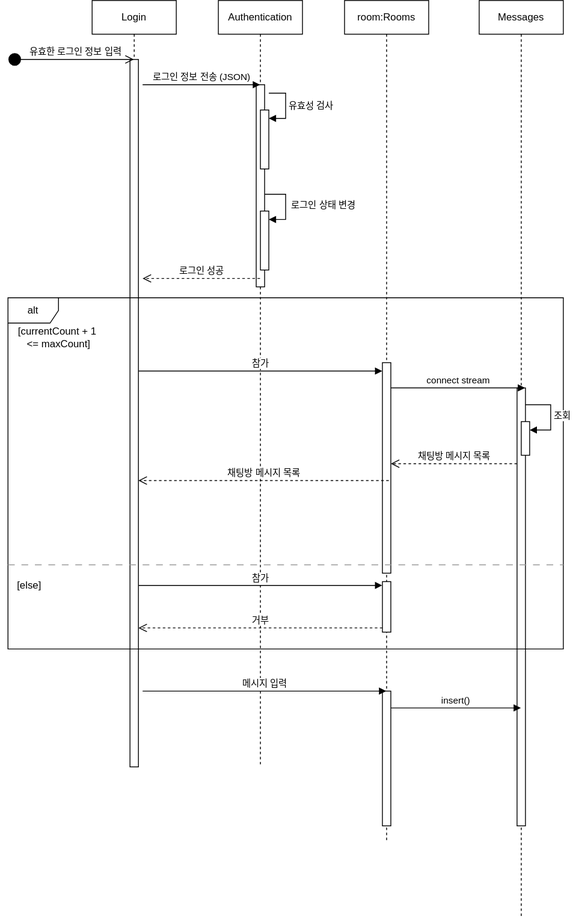
Before: diagrams/sequence_diagram.drawio.svg, a diagram exported from draw.io (RGB234/meeting_app). Source tidied: cells renumbered, new cells last; positions are measured from the earlier drawing's top-left corner, leaving out a move shared by most shapes.
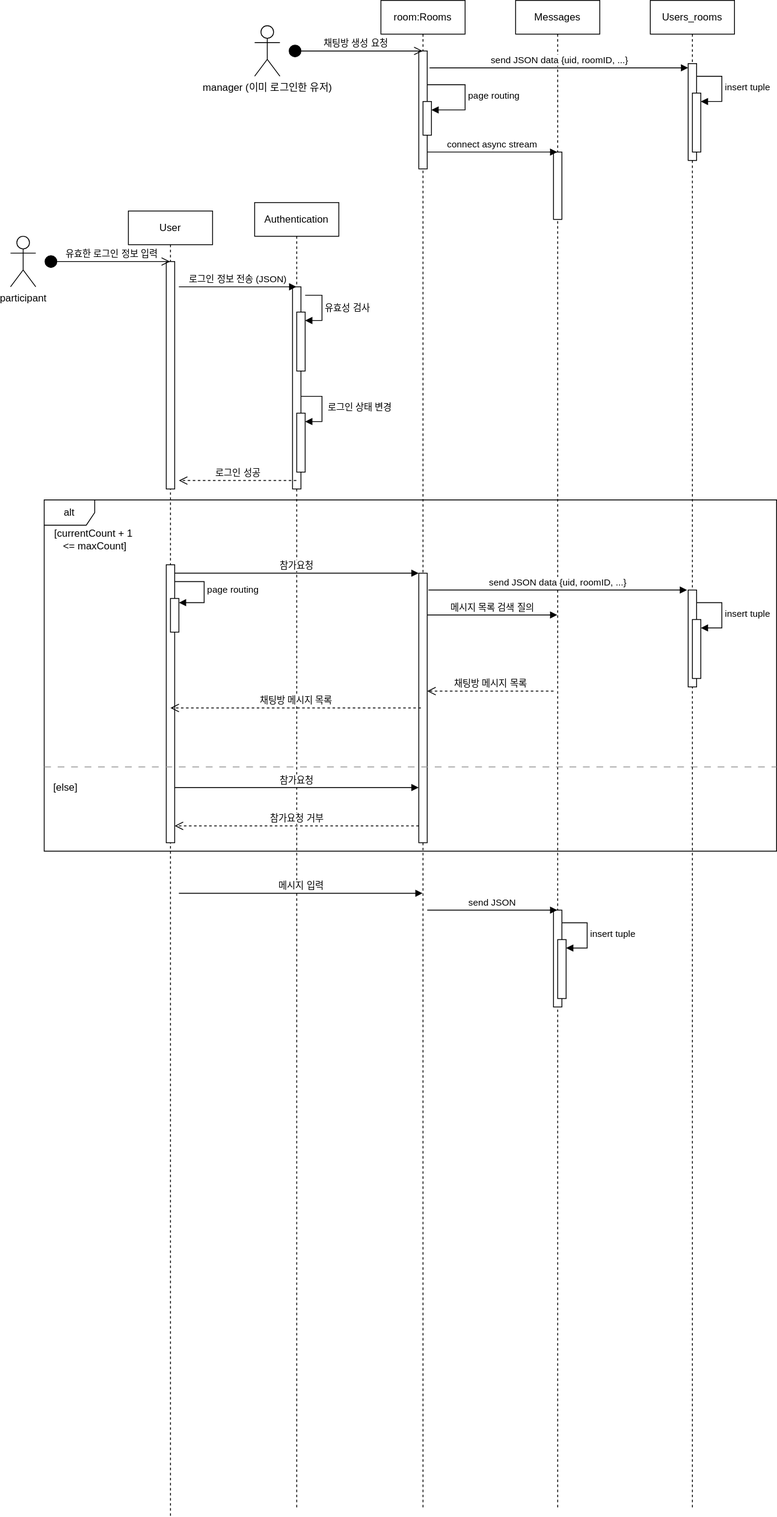
After the change.

Diff of the diagram source:
```diff
@@ -2,19 +2,22 @@
   <root>
     <mxCell id="0" />
     <mxCell id="1" parent="0" />
-    <mxCell id="2" value="Login" style="shape=umlLifeline;perimeter=lifelinePerimeter;whiteSpace=wrap;html=1;outlineConnect=0;portConstraint=eastwest;newEdgeStyle={&quot;curved&quot;:0,&quot;rounded&quot;:0};" parent="1" vertex="1">
-      <mxGeometry x="100" width="100" height="910" as="geometry" />
+    <mxCell id="2" value="User" style="shape=umlLifeline;perimeter=lifelinePerimeter;whiteSpace=wrap;html=1;outlineConnect=0;portConstraint=eastwest;newEdgeStyle={&quot;curved&quot;:0,&quot;rounded&quot;:0};" parent="1" vertex="1">
+      <mxGeometry x="100" y="10" width="100" height="1550" as="geometry" />
     </mxCell>
     <mxCell id="3" style="html=1;points=[[0,0,0,0,5],[0,1,0,0,-5],[1,0,0,0,5],[1,1,0,0,-5]];perimeter=orthogonalPerimeter;outlineConnect=0;targetShapes=umlLifeline;portConstraint=eastwest;newEdgeStyle={&quot;curved&quot;:0,&quot;rounded&quot;:0};" parent="2" vertex="1">
-      <mxGeometry x="45" y="70" width="10" height="840" as="geometry" />
+      <mxGeometry x="45" y="420" width="10" height="330" as="geometry" />
     </mxCell>
+    <mxCell id="33" style="html=1;perimeter=orthogonalPerimeter;targetShapes=umlLifeline;newEdgeStyle={&quot;curved&quot;:0,&quot;rounded&quot;:0};" parent="2" vertex="1">
+      <mxGeometry x="45" y="60" width="10" height="270" as="geometry" />
+    </mxCell>
     <mxCell id="4" value="유효한 로그인 정보 입력" style="html=1;verticalAlign=bottom;startArrow=circle;startFill=1;endArrow=open;startSize=6;endSize=8;curved=0;rounded=0;" parent="1" edge="1" target="2">
       <mxGeometry x="0.07" relative="1" as="geometry">
         <mxPoint y="70" as="sourcePoint" />
       </mxGeometry>
     </mxCell>
     <mxCell id="5" value="Authentication" style="shape=umlLifeline;perimeter=lifelinePerimeter;whiteSpace=wrap;html=1;outlineConnect=0;portConstraint=eastwest;newEdgeStyle={&quot;curved&quot;:0,&quot;rounded&quot;:0};" parent="1" vertex="1">
-      <mxGeometry x="250" width="100" height="910" as="geometry" />
+      <mxGeometry x="250" width="100" height="1550" as="geometry" />
     </mxCell>
     <mxCell id="6" style="html=1;points=[[0,0,0,0,5],[0,1,0,0,-5],[1,0,0,0,5],[1,1,0,0,-5]];perimeter=orthogonalPerimeter;outlineConnect=0;targetShapes=umlLifeline;portConstraint=eastwest;newEdgeStyle={&quot;curved&quot;:0,&quot;rounded&quot;:0};" parent="5" vertex="1">
       <mxGeometry x="45" y="100" width="10" height="240" as="geometry" />
@@ -53,15 +56,27 @@
       </mxGeometry>
     </mxCell>
     <mxCell id="13" value="room:Rooms" style="shape=umlLifeline;perimeter=lifelinePerimeter;whiteSpace=wrap;html=1;outlineConnect=0;portConstraint=eastwest;newEdgeStyle={&quot;curved&quot;:0,&quot;rounded&quot;:0};" parent="1" vertex="1">
-      <mxGeometry x="400" width="100" height="1000" as="geometry" />
+      <mxGeometry x="400" y="-240" width="100" height="1790" as="geometry" />
     </mxCell>
-    <mxCell id="14" style="html=1;perimeter=orthogonalPerimeter;targetShapes=umlLifeline;newEdgeStyle={&quot;curved&quot;:0,&quot;rounded&quot;:0};" parent="13" vertex="1">
-      <mxGeometry x="45" y="430" width="10" height="250" as="geometry" />
-    </mxCell>
     <mxCell id="15" style="html=1;points=[[0,0,0,0,5],[0,1,0,0,-5],[1,0,0,0,5],[1,1,0,0,-5]];perimeter=orthogonalPerimeter;outlineConnect=0;targetShapes=umlLifeline;portConstraint=eastwest;newEdgeStyle={&quot;curved&quot;:0,&quot;rounded&quot;:0};" parent="13" vertex="1">
-      <mxGeometry x="45" y="820" width="10" height="160" as="geometry" />
+      <mxGeometry x="45" y="680" width="10" height="320" as="geometry" />
     </mxCell>
+    <mxCell id="34" style="html=1;perimeter=orthogonalPerimeter;targetShapes=umlLifeline;newEdgeStyle={&quot;curved&quot;:0,&quot;rounded&quot;:0};" parent="13" vertex="1">
+      <mxGeometry x="45" y="60" width="10" height="140" as="geometry" />
+    </mxCell>
+    <mxCell id="35" style="html=1;points=[[0,0,0,0,5],[0,1,0,0,-5],[1,0,0,0,5],[1,1,0,0,-5]];perimeter=orthogonalPerimeter;outlineConnect=0;targetShapes=umlLifeline;portConstraint=eastwest;newEdgeStyle={&quot;curved&quot;:0,&quot;rounded&quot;:0};" parent="13" vertex="1">
+      <mxGeometry x="50" y="120" width="10" height="40" as="geometry" />
+    </mxCell>
+    <mxCell id="36" value="page routing" style="html=1;align=left;spacingLeft=2;endArrow=block;rounded=0;edgeStyle=orthogonalEdgeStyle;curved=0;rounded=0;" parent="13" edge="1" target="35">
+      <mxGeometry relative="1" as="geometry">
+        <mxPoint x="55" y="100" as="sourcePoint" />
+        <Array as="points">
+          <mxPoint x="100" y="100" />
+          <mxPoint x="100" y="130" />
+        </Array>
+      </mxGeometry>
+    </mxCell>
-    <mxCell id="16" value="참가" style="html=1;verticalAlign=bottom;endArrow=block;curved=0;rounded=0;" parent="1" edge="1">
+    <mxCell id="16" value="참가요청" style="html=1;verticalAlign=bottom;endArrow=block;curved=0;rounded=0;" parent="1" edge="1">
       <mxGeometry relative="1" as="geometry">
         <mxPoint x="155.2" y="694.5" as="sourcePoint" />
         <mxPoint x="444.8" y="694.5" as="targetPoint" />
@@ -69,49 +84,65 @@
     </mxCell>
     <mxCell id="17" value="채팅방 메시지 목록" style="html=1;verticalAlign=bottom;endArrow=open;dashed=1;endSize=8;curved=0;rounded=0;" parent="1" edge="1">
       <mxGeometry relative="1" as="geometry">
-        <mxPoint x="452.5" y="570" as="sourcePoint" />
-        <mxPoint x="155" y="570" as="targetPoint" />
+        <mxPoint x="447.5" y="600" as="sourcePoint" />
+        <mxPoint x="150" y="600" as="targetPoint" />
       </mxGeometry>
     </mxCell>
     <mxCell id="18" value="Messages" style="shape=umlLifeline;perimeter=lifelinePerimeter;whiteSpace=wrap;html=1;outlineConnect=0;portConstraint=eastwest;newEdgeStyle={&quot;curved&quot;:0,&quot;rounded&quot;:0};" parent="1" vertex="1">
-      <mxGeometry x="560" width="100" height="1090" as="geometry" />
+      <mxGeometry x="560" y="-240" width="100" height="1790" as="geometry" />
     </mxCell>
-    <mxCell id="19" style="html=1;points=[[0,0,0,0,5],[0,1,0,0,-5],[1,0,0,0,5],[1,1,0,0,-5]];perimeter=orthogonalPerimeter;outlineConnect=0;targetShapes=umlLifeline;portConstraint=eastwest;newEdgeStyle={&quot;curved&quot;:0,&quot;rounded&quot;:0};" parent="18" vertex="1">
-      <mxGeometry x="45" y="460" width="10" height="520" as="geometry" />
-    </mxCell>
+    <mxCell id="37" style="html=1;perimeter=orthogonalPerimeter;targetShapes=umlLifeline;newEdgeStyle={&quot;curved&quot;:0,&quot;rounded&quot;:0};" parent="18" vertex="1">
+      <mxGeometry x="45" y="180" width="10" height="80" as="geometry" />
+    </mxCell>
+    <mxCell id="38" style="html=1;perimeter=orthogonalPerimeter;targetShapes=umlLifeline;newEdgeStyle={&quot;curved&quot;:0,&quot;rounded&quot;:0};" parent="18" vertex="1">
+      <mxGeometry x="45" y="1080" width="10" height="115" as="geometry" />
+    </mxCell>
+    <mxCell id="39" style="html=1;points=[[0,0,0,0,5],[0,1,0,0,-5],[1,0,0,0,5],[1,1,0,0,-5]];perimeter=orthogonalPerimeter;outlineConnect=0;targetShapes=umlLifeline;portConstraint=eastwest;newEdgeStyle={&quot;curved&quot;:0,&quot;rounded&quot;:0};" parent="18" vertex="1">
+      <mxGeometry x="50" y="1115" width="10" height="70" as="geometry" />
+    </mxCell>
+    <mxCell id="40" value="insert tuple" style="html=1;align=left;spacingLeft=2;endArrow=block;rounded=0;edgeStyle=orthogonalEdgeStyle;curved=0;rounded=0;" parent="18" edge="1" target="39">
+      <mxGeometry relative="1" as="geometry">
+        <mxPoint x="55" y="1095" as="sourcePoint" />
+        <Array as="points">
+          <mxPoint x="85" y="1125" />
+        </Array>
+      </mxGeometry>
+    </mxCell>
-    <mxCell id="20" value="connect stream" style="html=1;verticalAlign=bottom;endArrow=block;curved=0;rounded=0;" parent="1" edge="1">
+    <mxCell id="20" value="connect async stream" style="html=1;verticalAlign=bottom;endArrow=block;curved=0;rounded=0;" parent="1" edge="1">
       <mxGeometry relative="1" as="geometry">
-        <mxPoint x="455" y="460" as="sourcePoint" />
-        <mxPoint x="614.5" y="460" as="targetPoint" />
+        <mxPoint x="455" y="-60" as="sourcePoint" />
+        <mxPoint x="609.5" y="-60" as="targetPoint" />
       </mxGeometry>
     </mxCell>
-    <mxCell id="21" value="채팅방 메시지 목록" style="html=1;verticalAlign=bottom;endArrow=open;dashed=1;endSize=8;curved=0;rounded=0;" parent="1" edge="1" source="19">
+    <mxCell id="21" value="채팅방 메시지 목록" style="html=1;verticalAlign=bottom;endArrow=open;dashed=1;endSize=8;curved=0;rounded=0;" parent="1" edge="1">
       <mxGeometry relative="1" as="geometry">
-        <mxPoint x="455" y="550" as="targetPoint" />
+        <mxPoint x="605" y="580" as="sourcePoint" />
+        <mxPoint x="455" y="580" as="targetPoint" />
         <Array as="points">
-          <mxPoint x="500" y="550" />
+          <mxPoint x="500" y="580" />
         </Array>
       </mxGeometry>
     </mxCell>
     <mxCell id="22" value="alt" style="shape=umlFrame;whiteSpace=wrap;html=1;" parent="1" vertex="1">
-      <mxGeometry y="353" width="660" height="417" as="geometry" />
+      <mxGeometry y="353" width="870" height="417" as="geometry" />
     </mxCell>
     <mxCell id="23" value="[currentCount + 1&amp;nbsp;&lt;div&gt;&amp;lt;= maxCount]&lt;/div&gt;" style="text;html=1;align=center;verticalAlign=middle;strokeColor=none;fillColor=none;" parent="1" vertex="1">
       <mxGeometry y="380" width="120" height="40" as="geometry" />
     </mxCell>
     <mxCell id="24" style="verticalLabelPosition=bottom;shadow=0;dashed=1;align=center;html=1;verticalAlign=top;strokeWidth=1;shape=mxgraph.mockup.markup.line;strokeColor=#999999;dashPattern=8 8;" parent="1" vertex="1">
-      <mxGeometry y="660" width="660" height="20" as="geometry" />
+      <mxGeometry y="660" width="870" height="20" as="geometry" />
     </mxCell>
     <mxCell id="25" value="[else]" style="text;html=1;align=center;verticalAlign=middle;strokeColor=none;fillColor=none;" parent="1" vertex="1">
       <mxGeometry y="680" width="50" height="30" as="geometry" />
     </mxCell>
-    <mxCell id="26" style="html=1;points=[[0,0,0,0,5],[0,1,0,0,-5],[1,0,0,0,5],[1,1,0,0,-5]];perimeter=orthogonalPerimeter;outlineConnect=0;targetShapes=umlLifeline;portConstraint=eastwest;newEdgeStyle={&quot;curved&quot;:0,&quot;rounded&quot;:0};" parent="1" vertex="1">
-      <mxGeometry x="445" y="690" width="10" height="60" as="geometry" />
-    </mxCell>
-    <mxCell id="27" value="거부" style="html=1;verticalAlign=bottom;endArrow=open;dashed=1;endSize=8;curved=0;rounded=0;exitX=0;exitY=1;exitDx=0;exitDy=-5;exitPerimeter=0;" parent="1" edge="1" source="26" target="3">
-      <mxGeometry relative="1" as="geometry" />
+    <mxCell id="27" value="참가요청 거부" style="html=1;verticalAlign=bottom;endArrow=open;dashed=1;endSize=8;curved=0;rounded=0;" parent="1" edge="1" source="15" target="3">
+      <mxGeometry relative="1" as="geometry">
+        <Array as="points">
+          <mxPoint x="360" y="740" />
+        </Array>
+      </mxGeometry>
     </mxCell>
-    <mxCell id="28" value="참가" style="html=1;verticalAlign=bottom;endArrow=block;curved=0;rounded=0;" parent="1" edge="1">
+    <mxCell id="28" value="참가요청" style="html=1;verticalAlign=bottom;endArrow=block;curved=0;rounded=0;" parent="1" edge="1">
       <mxGeometry relative="1" as="geometry">
         <mxPoint x="155.2" y="440" as="sourcePoint" />
         <mxPoint x="444.8" y="440" as="targetPoint" />
@@ -122,21 +153,83 @@
         <mxPoint x="160" y="820" as="sourcePoint" />
       </mxGeometry>
     </mxCell>
-    <mxCell id="30" value="insert()" style="html=1;verticalAlign=bottom;endArrow=block;curved=0;rounded=0;" parent="1" edge="1" target="18">
+    <mxCell id="30" value="send JSON" style="html=1;verticalAlign=bottom;endArrow=block;curved=0;rounded=0;" parent="1" edge="1" target="18">
       <mxGeometry relative="1" as="geometry">
         <mxPoint x="455" y="840" as="sourcePoint" />
       </mxGeometry>
     </mxCell>
-    <mxCell id="31" style="html=1;points=[[0,0,0,0,5],[0,1,0,0,-5],[1,0,0,0,5],[1,1,0,0,-5]];perimeter=orthogonalPerimeter;outlineConnect=0;targetShapes=umlLifeline;portConstraint=eastwest;newEdgeStyle={&quot;curved&quot;:0,&quot;rounded&quot;:0};" parent="1" vertex="1">
-      <mxGeometry x="610" y="500" width="10" height="40" as="geometry" />
-    </mxCell>
-    <mxCell id="32" value="조회" style="html=1;align=left;spacingLeft=2;endArrow=block;rounded=0;edgeStyle=orthogonalEdgeStyle;curved=0;rounded=0;" parent="1" edge="1" target="31">
-      <mxGeometry relative="1" as="geometry">
-        <mxPoint x="615" y="480" as="sourcePoint" />
-        <Array as="points">
-          <mxPoint x="645" y="510" />
-        </Array>
-      </mxGeometry>
-    </mxCell>
+    <mxCell id="41" value="채팅방 생성 요청" style="html=1;verticalAlign=bottom;startArrow=circle;startFill=1;endArrow=open;startSize=6;endSize=8;curved=0;rounded=0;" parent="1" edge="1" target="13">
+      <mxGeometry relative="1" as="geometry">
+        <mxPoint x="290" y="-180" as="sourcePoint" />
+      </mxGeometry>
+    </mxCell>
+    <mxCell id="42" value="Users_rooms" style="shape=umlLifeline;perimeter=lifelinePerimeter;whiteSpace=wrap;html=1;newEdgeStyle={&quot;curved&quot;:0,&quot;rounded&quot;:0};" parent="1" vertex="1">
+      <mxGeometry x="720" y="-240" width="100" height="1790" as="geometry" />
+    </mxCell>
+    <mxCell id="43" style="html=1;points=[[0,0,0,0,5],[0,1,0,0,-5],[1,0,0,0,5],[1,1,0,0,-5]];perimeter=orthogonalPerimeter;outlineConnect=0;targetShapes=umlLifeline;portConstraint=eastwest;newEdgeStyle={&quot;curved&quot;:0,&quot;rounded&quot;:0};" parent="42" vertex="1">
+      <mxGeometry x="45" y="75" width="10" height="115" as="geometry" />
+    </mxCell>
+    <mxCell id="44" style="html=1;points=[[0,0,0,0,5],[0,1,0,0,-5],[1,0,0,0,5],[1,1,0,0,-5]];perimeter=orthogonalPerimeter;outlineConnect=0;targetShapes=umlLifeline;portConstraint=eastwest;newEdgeStyle={&quot;curved&quot;:0,&quot;rounded&quot;:0};" parent="42" vertex="1">
+      <mxGeometry x="50" y="110" width="10" height="70" as="geometry" />
+    </mxCell>
+    <mxCell id="45" value="insert tuple" style="html=1;align=left;spacingLeft=2;endArrow=block;rounded=0;edgeStyle=orthogonalEdgeStyle;curved=0;rounded=0;" parent="42" edge="1" target="44">
+      <mxGeometry relative="1" as="geometry">
+        <mxPoint x="55" y="90" as="sourcePoint" />
+        <Array as="points">
+          <mxPoint x="85" y="120" />
+        </Array>
+      </mxGeometry>
+    </mxCell>
+    <mxCell id="46" style="html=1;perimeter=orthogonalPerimeter;targetShapes=umlLifeline;newEdgeStyle={&quot;curved&quot;:0,&quot;rounded&quot;:0};" parent="42" vertex="1">
+      <mxGeometry x="45" y="700" width="10" height="115" as="geometry" />
+    </mxCell>
+    <mxCell id="47" style="html=1;points=[[0,0,0,0,5],[0,1,0,0,-5],[1,0,0,0,5],[1,1,0,0,-5]];perimeter=orthogonalPerimeter;outlineConnect=0;targetShapes=umlLifeline;portConstraint=eastwest;newEdgeStyle={&quot;curved&quot;:0,&quot;rounded&quot;:0};" parent="42" vertex="1">
+      <mxGeometry x="50" y="735" width="10" height="70" as="geometry" />
+    </mxCell>
+    <mxCell id="48" value="insert tuple" style="html=1;align=left;spacingLeft=2;endArrow=block;rounded=0;edgeStyle=orthogonalEdgeStyle;curved=0;rounded=0;" parent="42" edge="1" target="47">
+      <mxGeometry relative="1" as="geometry">
+        <mxPoint x="55" y="715" as="sourcePoint" />
+        <Array as="points">
+          <mxPoint x="85" y="745" />
+        </Array>
+      </mxGeometry>
+    </mxCell>
+    <mxCell id="49" value="send JSON data {uid, roomID, ...}" style="html=1;verticalAlign=bottom;endArrow=block;curved=0;rounded=0;entryX=0;entryY=0;entryDx=0;entryDy=5;entryPerimeter=0;" parent="1" edge="1" target="43">
+      <mxGeometry relative="1" as="geometry">
+        <mxPoint x="457.8" y="-160" as="sourcePoint" />
+      </mxGeometry>
+    </mxCell>
+    <mxCell id="50" value="manager (이미 로그인한 유저)" style="shape=umlActor;verticalLabelPosition=bottom;verticalAlign=top;html=1;" parent="1" vertex="1">
+      <mxGeometry x="250" y="-210" width="30" height="60" as="geometry" />
+    </mxCell>
+    <mxCell id="51" value="participant" style="shape=umlActor;verticalLabelPosition=bottom;verticalAlign=top;html=1;" parent="1" vertex="1">
+      <mxGeometry x="-40" y="40" width="30" height="60" as="geometry" />
+    </mxCell>
+    <mxCell id="52" style="html=1;points=[[0,0,0,0,5],[0,1,0,0,-5],[1,0,0,0,5],[1,1,0,0,-5]];perimeter=orthogonalPerimeter;outlineConnect=0;targetShapes=umlLifeline;portConstraint=eastwest;newEdgeStyle={&quot;curved&quot;:0,&quot;rounded&quot;:0};" parent="1" vertex="1">
+      <mxGeometry x="150" y="470" width="10" height="40" as="geometry" />
+    </mxCell>
+    <mxCell id="53" value="page routing" style="html=1;align=left;spacingLeft=2;endArrow=block;rounded=0;edgeStyle=orthogonalEdgeStyle;curved=0;rounded=0;entryX=1;entryY=0;entryDx=0;entryDy=5;entryPerimeter=0;" parent="1" edge="1" source="3" target="52">
+      <mxGeometry relative="1" as="geometry">
+        <Array as="points">
+          <mxPoint x="190" y="450" />
+          <mxPoint x="190" y="475" />
+        </Array>
+      </mxGeometry>
+    </mxCell>
+    <mxCell id="54" value="send JSON data {uid, roomID, ...}" style="html=1;verticalAlign=bottom;endArrow=block;curved=0;rounded=0;entryX=0;entryY=0;entryDx=0;entryDy=5;entryPerimeter=0;" parent="1" edge="1">
+      <mxGeometry relative="1" as="geometry">
+        <mxPoint x="456.4" y="460" as="sourcePoint" />
+        <mxPoint x="763.6" y="460" as="targetPoint" />
+      </mxGeometry>
+    </mxCell>
+    <mxCell id="55" value="메시지 목록 검색 질의" style="html=1;verticalAlign=bottom;endArrow=block;curved=0;rounded=0;" parent="1" edge="1">
+      <mxGeometry relative="1" as="geometry">
+        <mxPoint x="455" y="489.6" as="sourcePoint" />
+        <mxPoint x="609.5" y="489.6" as="targetPoint" />
+        <Array as="points">
+          <mxPoint x="560" y="489.6" />
+        </Array>
+      </mxGeometry>
+    </mxCell>
   </root>
 </mxGraphModel>
```
